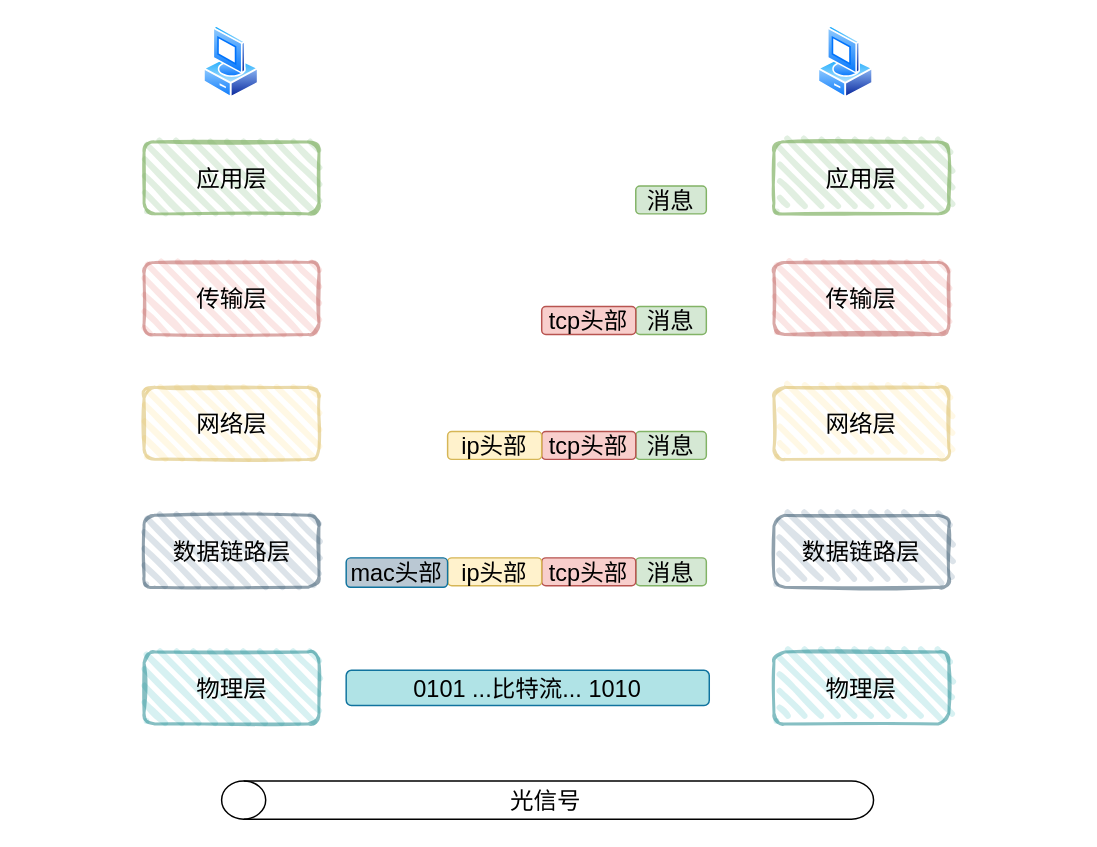
Earlier version of the draw.io diagram 网络/数据链路层.drawio (enjoyITPan/picture). Source tidied: cells renumbered, new cells numbered last; positions are measured from the earlier drawing's top-left corner, leaving out a move shared by most shapes. Both pictures are drawn from the tidied source at 147%, with x=0, y=0 at pixel (143, 25).
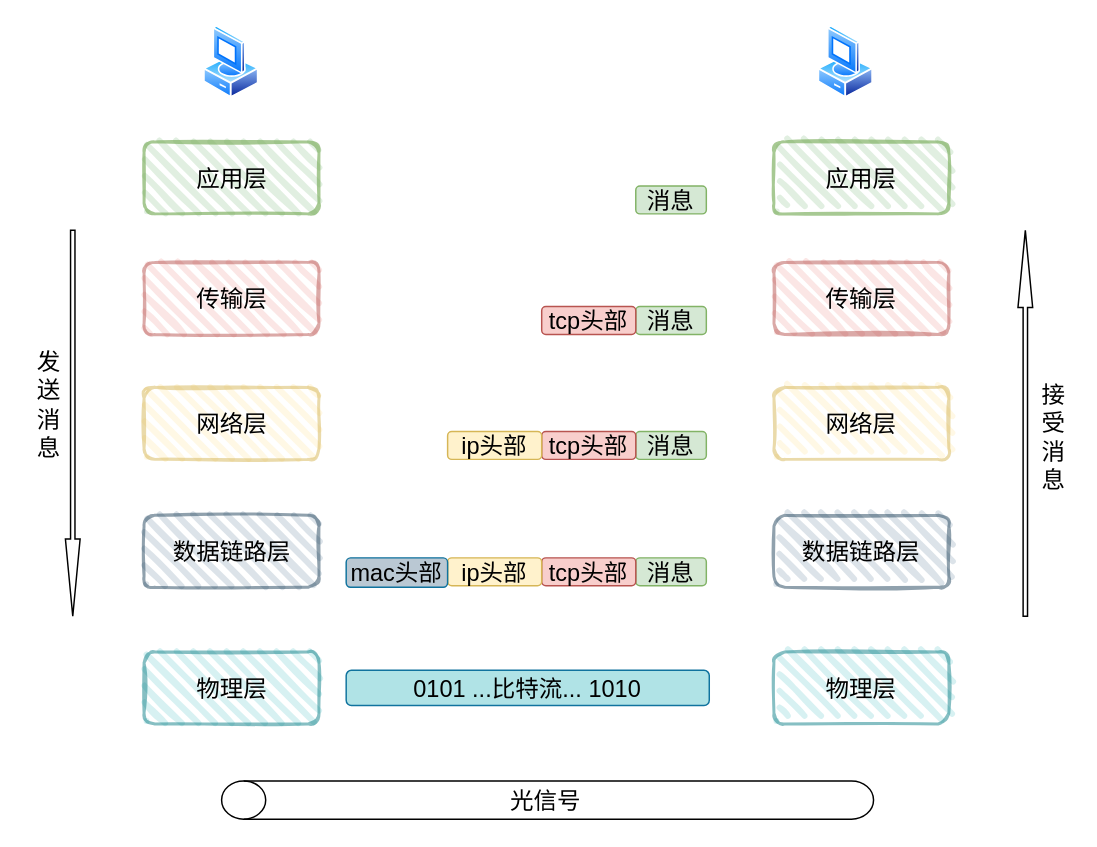
After the change.

Commit message (it also covers changes not shown here):
更新数据链路层.drawio

Change to the diagram source:
```diff
@@
+    <mxCell id="27" style="shape=singleArrow;direction=south;whiteSpace=wrap;html=1;fontSize=16;" parent="1" vertex="1">
+      <mxGeometry x="-53" y="139.2" width="10" height="262.5" as="geometry" />
+    </mxCell>
+    <mxCell id="28" style="shape=singleArrow;direction=south;whiteSpace=wrap;html=1;fontSize=16;rotation=-180;" parent="1" vertex="1">
+      <mxGeometry x="595" y="139.2" width="10" height="262.5" as="geometry" />
+    </mxCell>
+    <mxCell id="29" value="发送消息" style="text;html=1;strokeColor=none;fillColor=none;align=center;verticalAlign=middle;whiteSpace=wrap;rounded=0;fontSize=16;" parent="1" vertex="1">
+      <mxGeometry x="-80" y="204" width="32" height="108" as="geometry" />
+    </mxCell>
+    <mxCell id="30" value="接受消息" style="text;html=1;strokeColor=none;fillColor=none;align=center;verticalAlign=middle;whiteSpace=wrap;rounded=0;fontSize=16;" parent="1" vertex="1">
+      <mxGeometry x="607" y="210" width="25" height="139" as="geometry" />
+    </mxCell>
```
